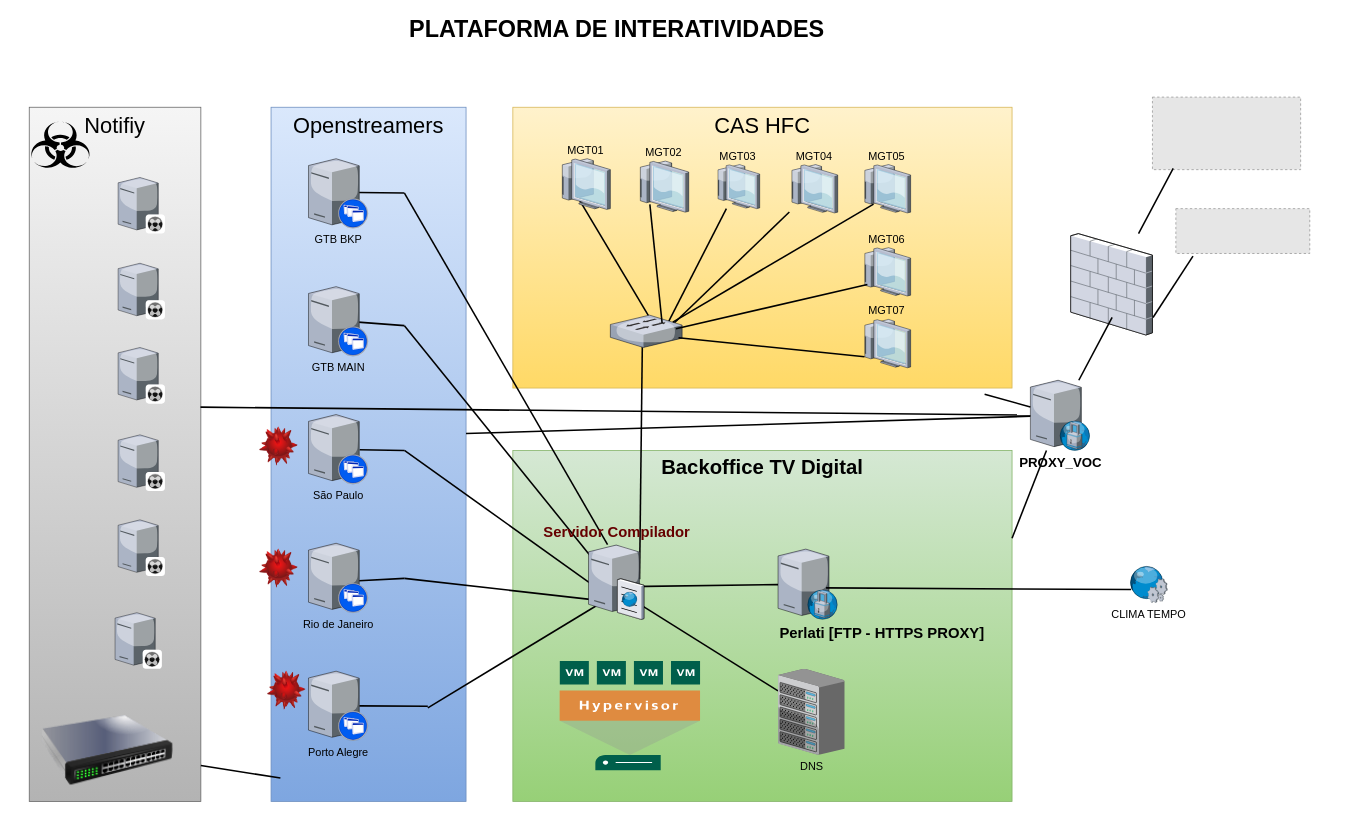
eloyx3x/Diagramas keeps this draw.io diagram as Diagrama sem Interatividades.drawio. Above is the earlier version. Source tidied: cells renumbered, new cells numbered last; positions are measured from the earlier drawing's top-left corner, leaving out a move shared by most shapes. Both pictures are drawn from the tidied source at 78%, with x=0, y=0 at pixel (13, 13). Pictures stored in the file or linked from it are replaced by grey dashed boxes.
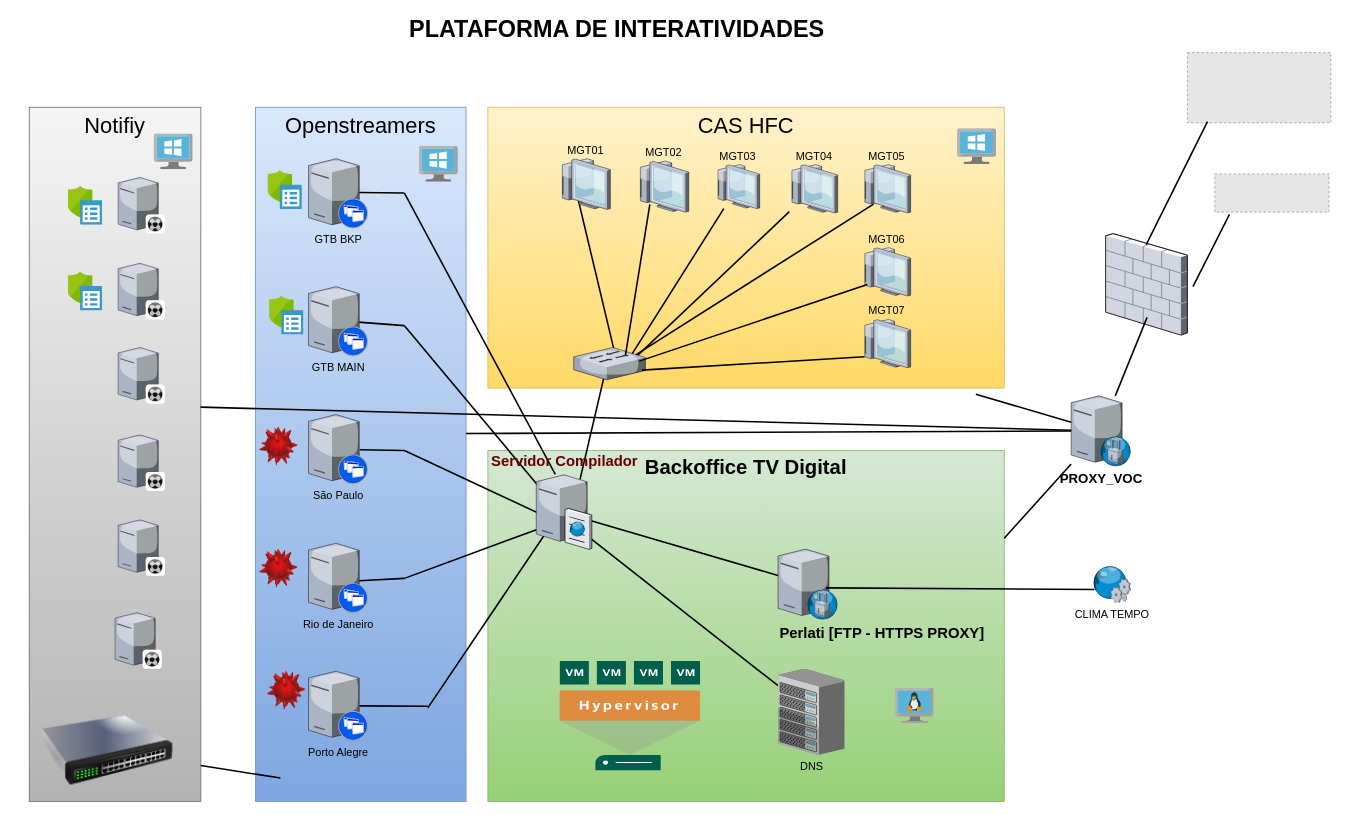
Above is the later version.

Change to the diagram source:
```diff
@@
     <mxCell id="2" value="&lt;font style=&quot;font-size: 28px;&quot;&gt;CAS HFC&lt;/font&gt;" style="whiteSpace=wrap;html=1;fontSize=14;verticalAlign=top;labelBackgroundColor=none;fillColor=#fff2cc;gradientColor=#ffd966;strokeColor=#d6b656;" parent="1" vertex="1">
-      <mxGeometry x="640" y="120" width="640" height="360" as="geometry" />
+      <mxGeometry x="608" y="120" width="662" height="360" as="geometry" />
     </mxCell>
     <mxCell id="3" value="&lt;b&gt;&lt;font style=&quot;font-size: 26px;&quot;&gt;Backoffice TV Digital&lt;/font&gt;&lt;/b&gt;" style="whiteSpace=wrap;html=1;fontSize=14;strokeColor=#82b366;verticalAlign=top;labelBackgroundColor=none;fillColor=#d5e8d4;gradientColor=#97d077;" parent="1" vertex="1">
-      <mxGeometry x="640" y="560" width="640" height="450" as="geometry" />
+      <mxGeometry x="608" y="560" width="662" height="450" as="geometry" />
     </mxCell>
     <mxCell id="4" value="&lt;font style=&quot;font-size: 28px;&quot;&gt;Openstreamers&lt;/font&gt;" style="whiteSpace=wrap;html=1;fontSize=14;strokeColor=#6c8ebf;verticalAlign=top;labelBackgroundColor=none;fillColor=#dae8fc;gradientColor=#7ea6e0;" parent="1" vertex="1">
-      <mxGeometry x="330" y="120" width="250" height="890" as="geometry" />
+      <mxGeometry x="310" y="120" width="270" height="890" as="geometry" />
     </mxCell>
@@
-    <mxCell id="17" style="edgeStyle=none;rounded=0;html=1;startSize=10;endSize=10;jettySize=auto;fontSize=14;endArrow=none;endFill=0;strokeWidth=2;exitX=0.922;exitY=0.473;exitDx=0;exitDy=0;exitPerimeter=0;entryX=0.447;entryY=0.68;entryDx=0;entryDy=0;entryPerimeter=0;labelBackgroundColor=none;fontColor=default;" parent="1" edge="1" source="35" target="28">
+    <mxCell id="17" style="edgeStyle=none;rounded=0;html=1;startSize=10;endSize=10;jettySize=auto;fontSize=14;endArrow=none;endFill=0;strokeWidth=2;exitX=0.761;exitY=0.174;exitDx=0;exitDy=0;exitPerimeter=0;entryX=0.447;entryY=0.68;entryDx=0;entryDy=0;entryPerimeter=0;labelBackgroundColor=none;fontColor=default;" parent="1" edge="1" source="35" target="28">
       <mxGeometry relative="1" as="geometry" />
     </mxCell>
@@
     <mxCell id="28" style="verticalLabelPosition=bottom;html=1;verticalAlign=top;strokeColor=none;shape=mxgraph.citrix.switch;fontSize=14;labelBackgroundColor=none;" parent="1" vertex="1">
-      <mxGeometry x="765" y="386.5" width="92" height="41.5" as="geometry" />
+      <mxGeometry x="718" y="428" width="92" height="41.5" as="geometry" />
     </mxCell>
@@
     <mxCell id="35" value="&lt;font color=&quot;#660000&quot; size=&quot;1&quot;&gt;&lt;b&gt;&lt;font style=&quot;font-size: 19px;&quot;&gt;Servidor Compilador&lt;/font&gt;&lt;/b&gt;&lt;/font&gt;" style="verticalLabelPosition=top;html=1;verticalAlign=bottom;strokeColor=none;shape=mxgraph.citrix.cache_server;fontSize=14;labelPosition=center;align=center;labelBackgroundColor=none;" parent="1" vertex="1">
-      <mxGeometry x="737" y="679" width="71" height="97.5" as="geometry" />
+      <mxGeometry x="670" y="589" width="71" height="97.5" as="geometry" />
     </mxCell>
@@
     <mxCell id="44" value="CLIMA TEMPO" style="verticalLabelPosition=bottom;html=1;verticalAlign=top;strokeColor=none;shape=mxgraph.citrix.web_service;fontSize=14;labelBackgroundColor=none;" parent="1" vertex="1">
-      <mxGeometry x="1430" y="708" width="49.4" height="47" as="geometry" />
+      <mxGeometry x="1382.9" y="708" width="49.4" height="47" as="geometry" />
     </mxCell>
@@
     <mxCell id="51" style="verticalLabelPosition=bottom;html=1;verticalAlign=top;strokeColor=none;shape=mxgraph.citrix.firewall;fontSize=14;labelBackgroundColor=none;" parent="1" vertex="1">
-      <mxGeometry x="1355.2" y="282" width="104.8" height="130" as="geometry" />
+      <mxGeometry x="1400" y="282" width="104.8" height="130" as="geometry" />
     </mxCell>
     <mxCell id="52" style="fillColor=#E6E6E6;strokeColor=#999999;dashed=1;verticalLabelPosition=bottom;labelBackgroundColor=none;verticalAlign=top;" parent="1" vertex="1">
-      <mxGeometry x="1460" y="107" width="190" height="93" as="geometry" />
+      <mxGeometry x="1504.8" y="50" width="183.9" height="90" as="geometry" />
     </mxCell>
-    <mxCell id="53" style="edgeStyle=none;rounded=0;html=1;startSize=10;endSize=10;jettySize=auto;fontSize=14;endArrow=none;endFill=0;strokeWidth=2;entryX=0.14;entryY=0.983;entryDx=0;entryDy=0;labelBackgroundColor=none;fontColor=default;entryPerimeter=0;" parent="1" edge="1" source="51" target="52">
+    <mxCell id="53" style="edgeStyle=none;rounded=0;html=1;startSize=10;endSize=10;jettySize=auto;fontSize=14;endArrow=none;endFill=0;strokeWidth=2;entryX=0.14;entryY=0.983;entryDx=0;entryDy=0;labelBackgroundColor=none;fontColor=default;entryPerimeter=0;exitX=0.496;exitY=0.108;exitDx=0;exitDy=0;exitPerimeter=0;" parent="1" edge="1" source="51" target="52">
       <mxGeometry relative="1" as="geometry" />
     </mxCell>
-    <mxCell id="54" style="shape=mxgraph.signs.safety.biohazard;html=1;fillColor=#000000;strokeColor=none;verticalLabelPosition=bottom;verticalAlign=top;align=center;sketch=0;" parent="1" vertex="1">
-      <mxGeometry x="20" y="138.5" width="80" height="61.5" as="geometry" />
-    </mxCell>
@@
     <mxCell id="60" value="PROXY_VOC" style="verticalLabelPosition=bottom;sketch=0;html=1;verticalAlign=top;strokeColor=none;align=center;outlineConnect=0;shape=mxgraph.citrix.proxy_server;fontSize=17;fontStyle=1;" parent="1" vertex="1">
-      <mxGeometry x="1303.5" y="470" width="76.5" height="90" as="geometry" />
+      <mxGeometry x="1355.8" y="490" width="76.5" height="90" as="geometry" />
     </mxCell>
@@
     <mxCell id="66" style="fillColor=#E6E6E6;strokeColor=#999999;dashed=1;verticalLabelPosition=bottom;labelBackgroundColor=default;verticalAlign=top;" parent="1" vertex="1">
-      <mxGeometry x="1490" y="250" width="171.7" height="57.5" as="geometry" />
+      <mxGeometry x="1540" y="205.5" width="146.3" height="49" as="geometry" />
     </mxCell>
-    <mxCell id="67" style="edgeStyle=none;rounded=0;html=1;startSize=10;endSize=10;jettySize=auto;fontSize=14;endArrow=none;endFill=0;strokeWidth=2;labelBackgroundColor=none;fontColor=default;exitX=1.007;exitY=0.827;exitDx=0;exitDy=0;exitPerimeter=0;entryX=0.128;entryY=1.057;entryDx=0;entryDy=0;entryPerimeter=0;" parent="1" edge="1" source="51" target="66">
+    <mxCell id="67" style="edgeStyle=none;rounded=0;html=1;startSize=10;endSize=10;jettySize=auto;fontSize=14;endArrow=none;endFill=0;strokeWidth=2;labelBackgroundColor=none;fontColor=default;exitX=1.068;exitY=0.523;exitDx=0;exitDy=0;exitPerimeter=0;entryX=0.128;entryY=1.057;entryDx=0;entryDy=0;entryPerimeter=0;" parent="1" edge="1" source="51" target="66">
       <mxGeometry relative="1" as="geometry" />
     </mxCell>
@@
+    <mxCell id="69" style="image;sketch=0;html=1;align=center;fontSize=12;image=img/lib/mscae/VM_Linux.svg;" parent="1" vertex="1">
+      <mxGeometry x="1130" y="864.5" width="50" height="46" as="geometry" />
+    </mxCell>
+    <mxCell id="70" style="image;sketch=0;html=1;align=center;fontSize=12;image=img/lib/mscae/VirtualMachineWindows.svg;" parent="1" vertex="1">
+      <mxGeometry x="520" y="170" width="50" height="46" as="geometry" />
+    </mxCell>
+    <mxCell id="71" style="image;sketch=0;html=1;align=center;fontSize=12;image=img/lib/mscae/VirtualMachineWindows.svg;" parent="1" vertex="1">
+      <mxGeometry x="180" y="154" width="50" height="46" as="geometry" />
+    </mxCell>
+    <mxCell id="72" style="image;sketch=0;html=1;align=center;fontSize=12;image=img/lib/mscae/VirtualMachineWindows.svg;" parent="1" vertex="1">
+      <mxGeometry x="1210" y="147.5" width="50" height="46" as="geometry" />
+    </mxCell>
+    <mxCell id="73" style="image;sketch=0;html=1;align=center;fontSize=12;image=img/lib/mscae/Security_Baselines.svg;" parent="1" vertex="1">
+      <mxGeometry x="326" y="201" width="44" height="50" as="geometry" />
+    </mxCell>
+    <mxCell id="74" style="image;sketch=0;html=1;align=center;fontSize=12;image=img/lib/mscae/Security_Baselines.svg;" parent="1" vertex="1">
+      <mxGeometry x="328" y="362" width="44" height="50" as="geometry" />
+    </mxCell>
+    <mxCell id="75" style="image;sketch=0;html=1;align=center;fontSize=12;image=img/lib/mscae/Security_Baselines.svg;" parent="1" vertex="1">
+      <mxGeometry x="70" y="221" width="44" height="50" as="geometry" />
+    </mxCell>
+    <mxCell id="76" style="image;sketch=0;html=1;align=center;fontSize=12;image=img/lib/mscae/Security_Baselines.svg;" parent="1" vertex="1">
+      <mxGeometry x="70" y="331" width="44" height="50" as="geometry" />
+    </mxCell>
```
